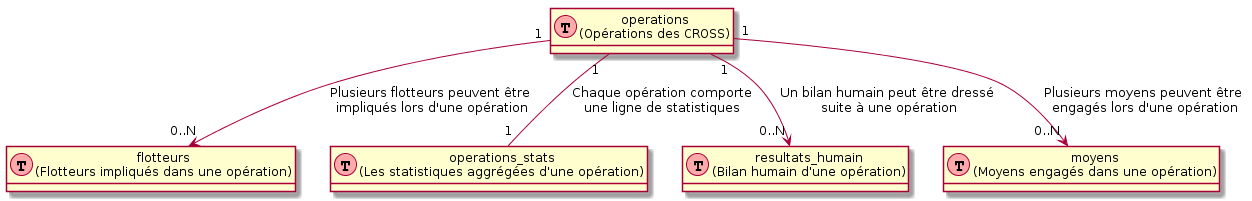
Earlier version of the PlantUML export opendata/uml/uml.png (entrepreneur-interet-general/predisauvetage). Its diagram source:
```plantuml
@startuml
hide methods
hide stereotypes


class operations as "operations\n(Opérations des CROSS)" << (T, #FFAAAA) >>
class flotteurs as "flotteurs\n(Flotteurs impliqués dans une opération)" << (T, #FFAAAA) >>
class operations_stats as "operations_stats\n(Les statistiques aggrégées d'une opération)" << (T, #FFAAAA) >>
class resultats_humain as "resultats_humain\n(Bilan humain d'une opération)" << (T, #FFAAAA) >>
class moyens as "moyens\n(Moyens engagés dans une opération)" << (T, #FFAAAA) >>


operations "1" -- "1" operations_stats : "Chaque opération comporte\nune ligne de statistiques"
operations "1" --> "0..N" flotteurs : "Plusieurs flotteurs peuvent être\n impliqués lors d'une opération"
operations "1" --> "0..N" resultats_humain : "Un bilan humain peut être dressé\n suite à une opération"
operations "1" --> "0..N" moyens : "Plusieurs moyens peuvent être\n engagés lors d'une opération"
@enduml
```
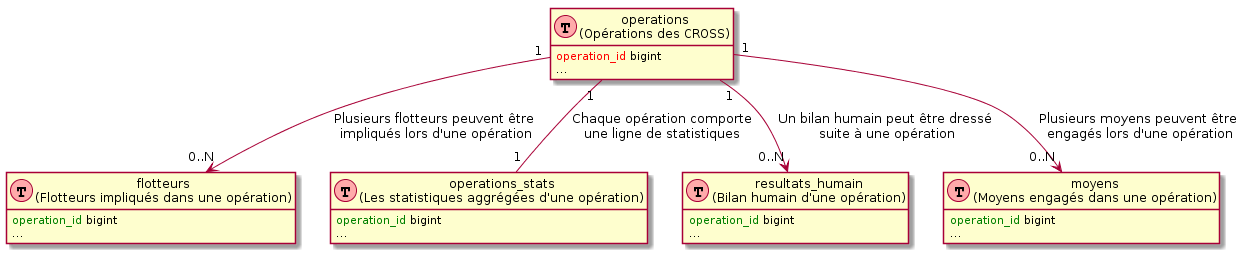
The same file after the commit.

Commit message:
Improve UML diagram

What changed in the source:
```diff
@@ -3,11 +3,26 @@
 hide stereotypes
 
 
-class operations as "operations\n(Opérations des CROSS)" << (T, #FFAAAA) >>
-class flotteurs as "flotteurs\n(Flotteurs impliqués dans une opération)" << (T, #FFAAAA) >>
-class operations_stats as "operations_stats\n(Les statistiques aggrégées d'une opération)" << (T, #FFAAAA) >>
-class resultats_humain as "resultats_humain\n(Bilan humain d'une opération)" << (T, #FFAAAA) >>
-class moyens as "moyens\n(Moyens engagés dans une opération)" << (T, #FFAAAA) >>
+class operations as "operations\n(Opérations des CROSS)" << (T, #FFAAAA) >> {
+    <color:red>operation_id</color> bigint
+    ...
+}
+class flotteurs as "flotteurs\n(Flotteurs impliqués dans une opération)" << (T, #FFAAAA) >> {
+    <color:green>operation_id</color> bigint
+    ...
+}
+class operations_stats as "operations_stats\n(Les statistiques aggrégées d'une opération)" << (T, #FFAAAA) >> {
+    <color:green>operation_id</color> bigint
+    ...
+}
+class resultats_humain as "resultats_humain\n(Bilan humain d'une opération)" << (T, #FFAAAA) >> {
+    <color:green>operation_id</color> bigint
+    ...
+}
+class moyens as "moyens\n(Moyens engagés dans une opération)" << (T, #FFAAAA) >> {
+    <color:green>operation_id</color> bigint
+    ...
+}
 
 
 operations "1" -- "1" operations_stats : "Chaque opération comporte\nune ligne de statistiques"
```
